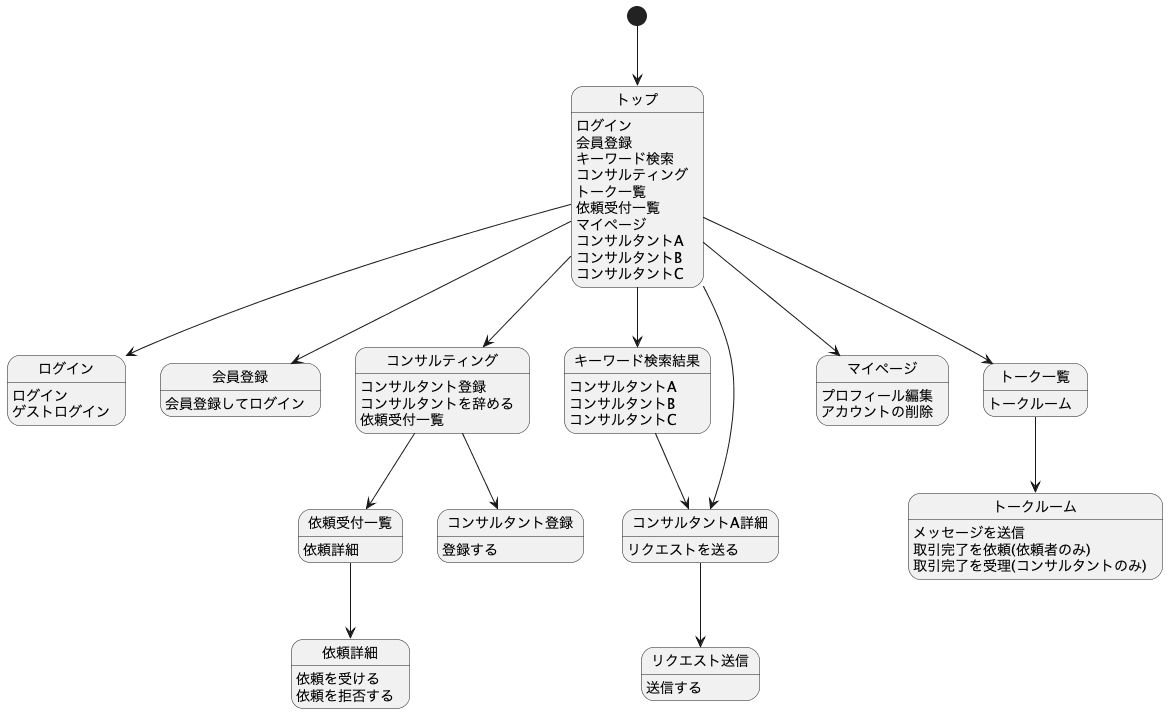
The PlantUML diagram documents/screen_flow_diagram.png in nobukofu69/origin-idea, before a commit.
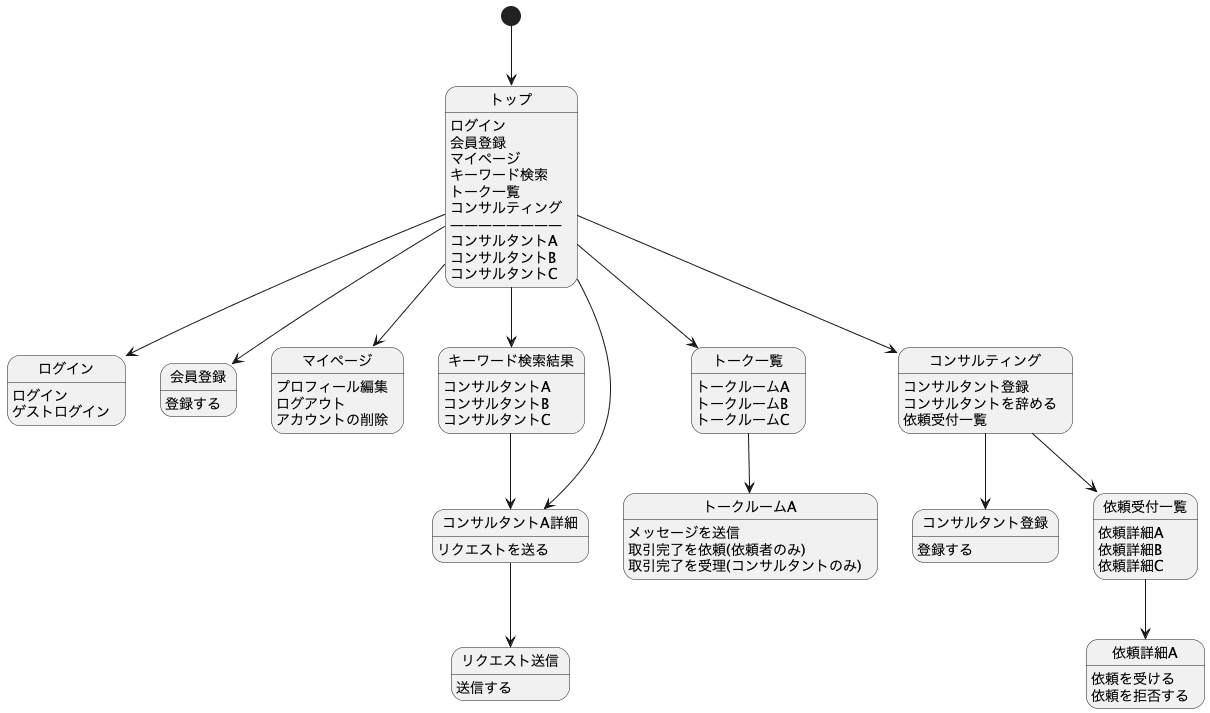
The same file after the commit.

Commit message:
screen_flow_diagramを修正

The edit, as a diff of the source:
```diff
@@ -3,26 +3,30 @@
 [*] --> トップ
 トップ : ログイン
 トップ : 会員登録
+トップ : マイページ
 トップ : キーワード検索
+トップ : トーク一覧
 トップ : コンサルティング
-トップ : トーク一覧
-トップ : 依頼受付一覧
-トップ : マイページ
+トップ : ――――――――
 トップ : コンサルタントA
 トップ : コンサルタントB
 トップ : コンサルタントC
 トップ --> ログイン
 トップ --> 会員登録
+トップ --> マイページ
 トップ --> キーワード検索結果
+トップ --> トーク一覧
 トップ --> コンサルティング
-トップ --> トーク一覧
-トップ --> マイページ
 トップ --> コンサルタントA詳細
 
 ログイン : ログイン
 ログイン : ゲストログイン
 
-会員登録 : 会員登録してログイン
+会員登録 : 登録する
+
+マイページ : プロフィール編集
+マイページ : ログアウト
+マイページ : アカウントの削除
 
 キーワード検索結果: コンサルタントA
 キーワード検索結果: コンサルタントB
@@ -40,25 +44,24 @@
 コンサルティング --> コンサルタント登録
 コンサルティング --> 依頼受付一覧
 
+
 コンサルタント登録 : 登録する
 
-トーク一覧 :トークルーム
-トーク一覧 --> トークルーム
+トーク一覧 :トークルームA
+トーク一覧 :トークルームB
+トーク一覧 :トークルームC
+トーク一覧 --> トークルームA
 
-トークルーム : メッセージを送信
-トークルーム : 取引完了を依頼(依頼者のみ)
-トークルーム : 取引完了を受理(コンサルタントのみ)
+トークルームA : メッセージを送信
+トークルームA : 取引完了を依頼(依頼者のみ)
+トークルームA : 取引完了を受理(コンサルタントのみ)
 
-依頼受付一覧 : 依頼詳細
-依頼受付一覧 --> 依頼詳細
+依頼受付一覧 : 依頼詳細A
+依頼受付一覧 : 依頼詳細B
+依頼受付一覧 : 依頼詳細C
+依頼受付一覧 --> 依頼詳細A
 
-依頼詳細 : 依頼を受ける
-依頼詳細 : 依頼を拒否する
-
-
-マイページ : プロフィール編集
-マイページ : アカウントの削除
-
-
+依頼詳細A : 依頼を受ける
+依頼詳細A : 依頼を拒否する
 
 @enduml
```
